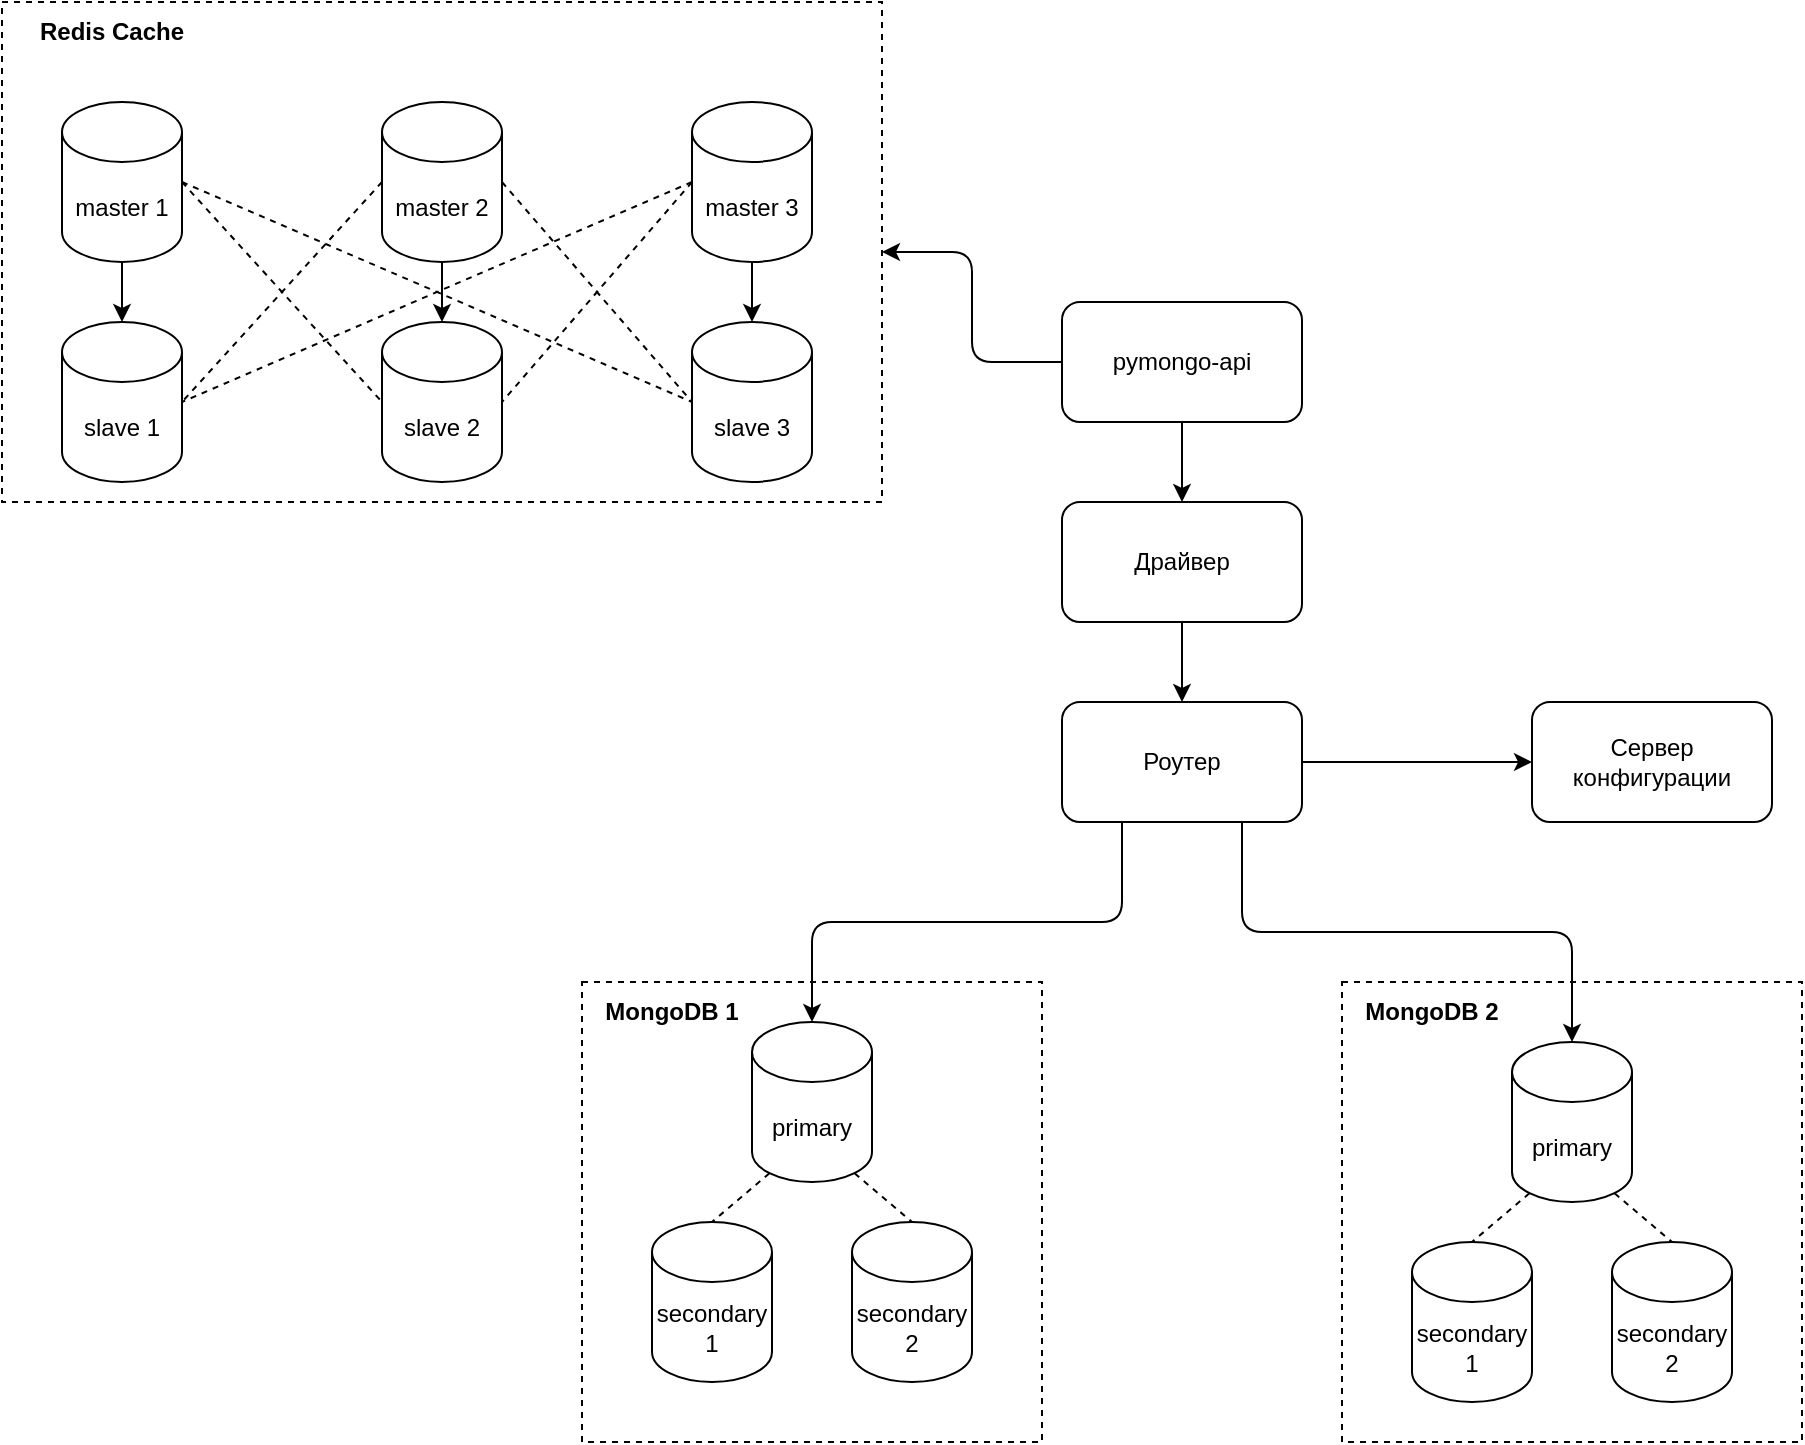
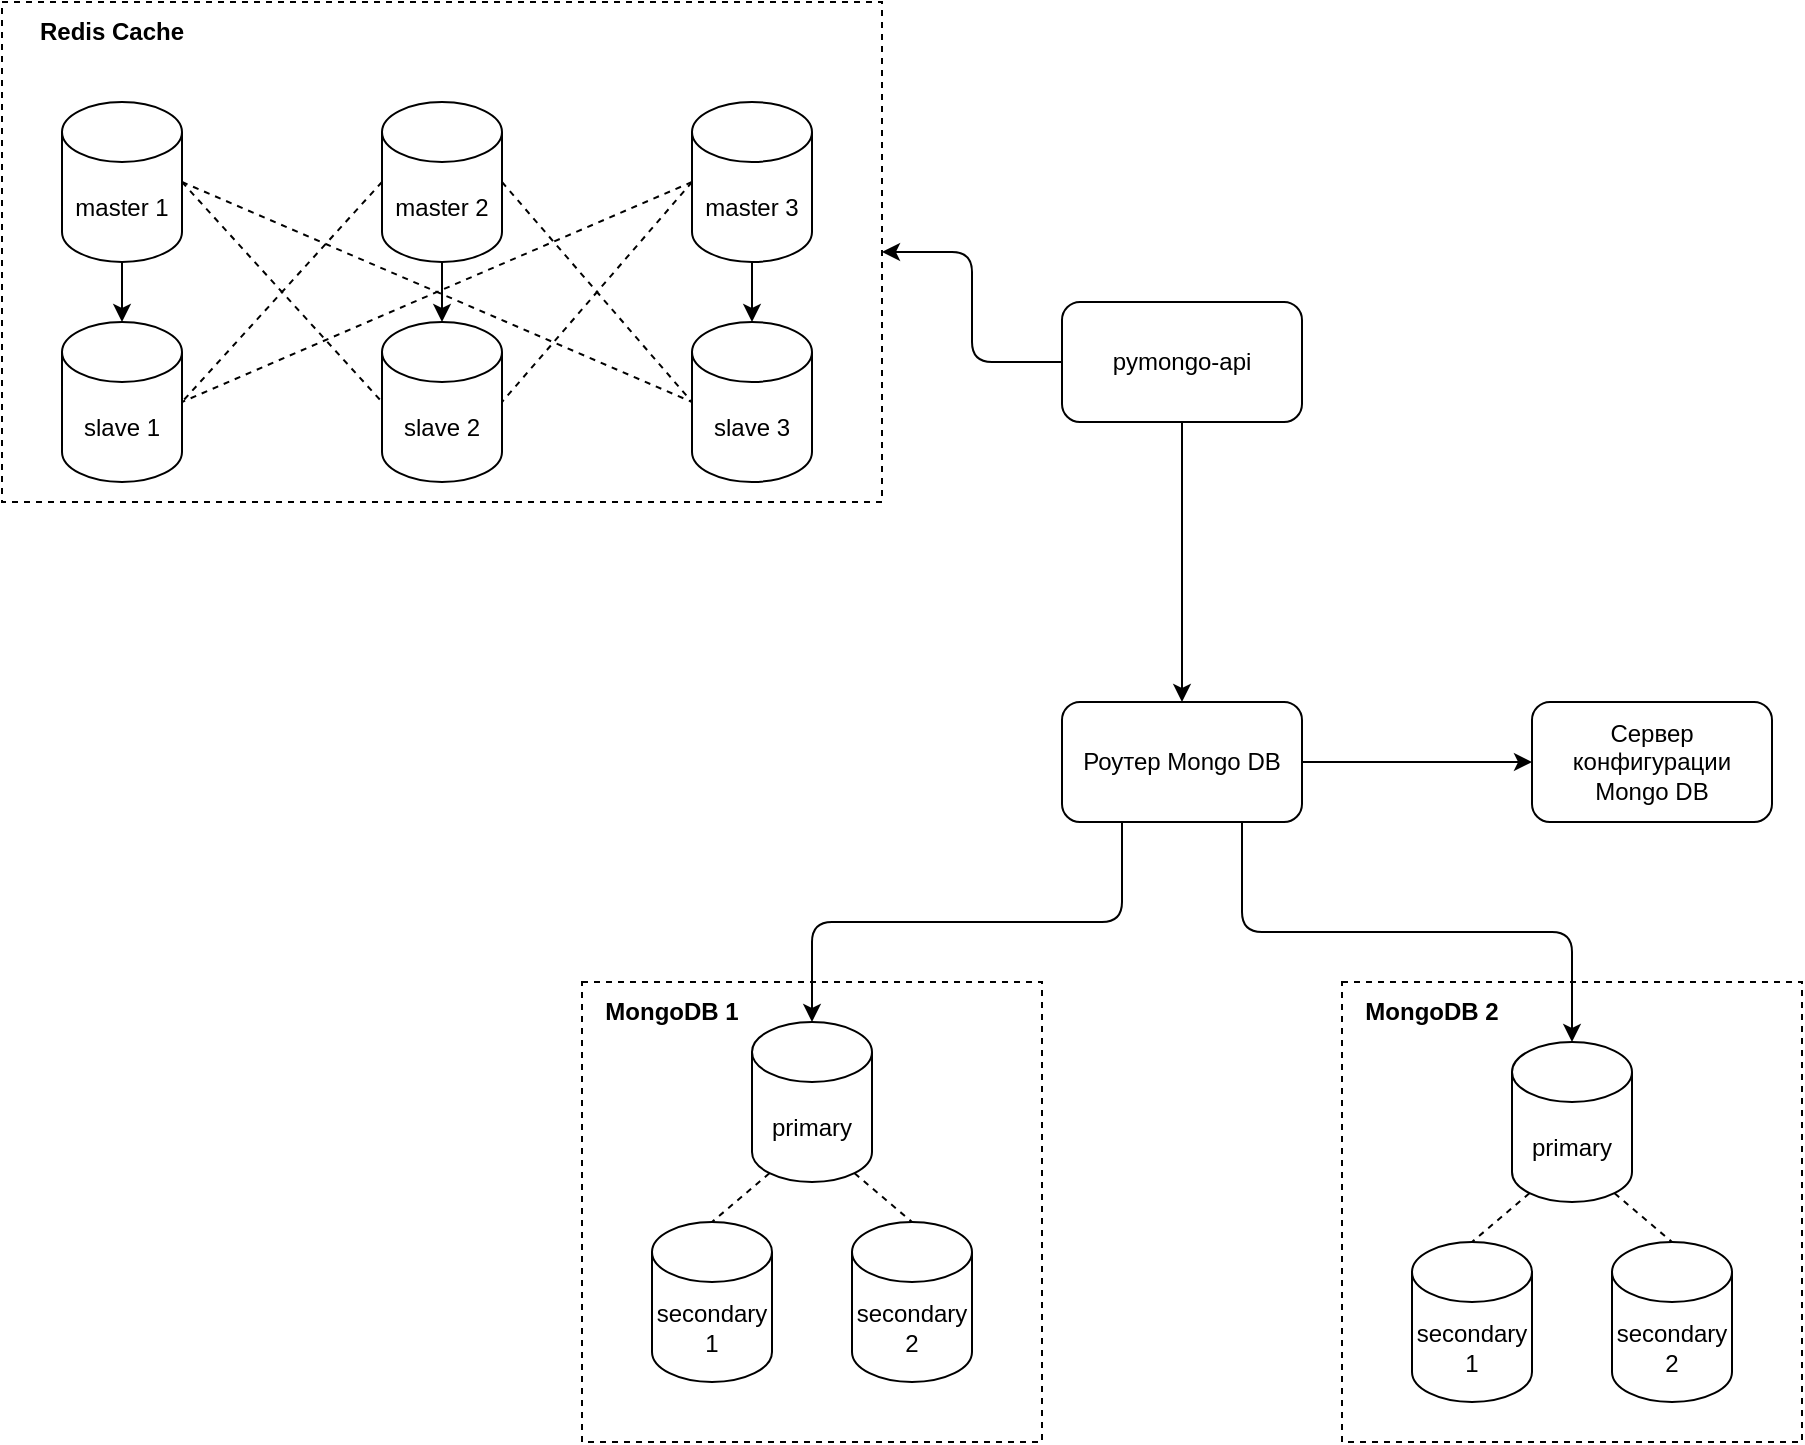
<mxfile host="65bd71144e">
    <diagram name="Page-1" id="-H_mtQnk-PTXWXPvYvuk">
-         <mxGraphModel dx="2083" dy="1662" grid="1" gridSize="10" guides="1" tooltips="1" connect="1" arrows="1" fold="1" page="1" pageScale="1" pageWidth="1169" pageHeight="827" math="0" shadow="0">
+         <mxGraphModel dx="2083" dy="1975" grid="1" gridSize="10" guides="1" tooltips="1" connect="1" arrows="1" fold="1" page="1" pageScale="1" pageWidth="1169" pageHeight="827" math="0" shadow="0">
            <root>
                <mxCell id="0"/>
                <mxCell id="1" parent="0"/>
-                 <mxCell id="26" value="" style="rounded=0;whiteSpace=wrap;html=1;fillColor=none;dashed=1;" vertex="1" parent="1">
+                 <mxCell id="26" value="" style="rounded=0;whiteSpace=wrap;html=1;fillColor=none;dashed=1;" parent="1" vertex="1">
                    <mxGeometry x="90" y="480" width="230" height="230" as="geometry"/>
                </mxCell>
-                 <mxCell id="10" style="edgeStyle=orthogonalEdgeStyle;html=1;entryX=0.5;entryY=0;entryDx=0;entryDy=0;" parent="1" source="zA23MoTUsTF4_91t8viU-3" target="2" edge="1">
-                     <mxGeometry relative="1" as="geometry"/>
+                 <mxCell id="10" style="edgeStyle=orthogonalEdgeStyle;html=1;" parent="1" source="zA23MoTUsTF4_91t8viU-3" target="6" edge="1">
+                     <mxGeometry relative="1" as="geometry">
+                         <mxPoint x="390" y="240" as="targetPoint"/>
+                         <Array as="points"/>
+                     </mxGeometry>
                </mxCell>
-                 <mxCell id="49" style="edgeStyle=orthogonalEdgeStyle;html=1;entryX=1;entryY=0.5;entryDx=0;entryDy=0;" edge="1" parent="1" source="zA23MoTUsTF4_91t8viU-3" target="34">
+                 <mxCell id="49" style="edgeStyle=orthogonalEdgeStyle;html=1;entryX=1;entryY=0.5;entryDx=0;entryDy=0;" parent="1" source="zA23MoTUsTF4_91t8viU-3" target="34" edge="1">
                    <mxGeometry relative="1" as="geometry"/>
                </mxCell>
                <mxCell id="zA23MoTUsTF4_91t8viU-3" value="pymongo-api" style="rounded=1;whiteSpace=wrap;html=1;" parent="1" vertex="1">
                    <mxGeometry x="330" y="140" width="120" height="60" as="geometry"/>
-                 </mxCell>
-                 <mxCell id="14" style="edgeStyle=orthogonalEdgeStyle;html=1;" parent="1" source="2" target="6" edge="1">
-                     <mxGeometry relative="1" as="geometry"/>
-                 </mxCell>
-                 <mxCell id="2" value="Драйвер" style="rounded=1;whiteSpace=wrap;html=1;" parent="1" vertex="1">
-                     <mxGeometry x="330" y="240" width="120" height="60" as="geometry"/>
                </mxCell>
                <mxCell id="18" style="edgeStyle=orthogonalEdgeStyle;html=1;entryX=0.5;entryY=0;entryDx=0;entryDy=0;entryPerimeter=0;exitX=0.25;exitY=1;exitDx=0;exitDy=0;" parent="1" source="6" target="7" edge="1">
                    <mxGeometry relative="1" as="geometry">
                        <mxPoint x="205" y="410" as="sourcePoint"/>
                        <mxPoint x="205" y="480" as="targetPoint"/>
                    </mxGeometry>
                </mxCell>
-                 <mxCell id="5" value="Сервер конфигурации" style="rounded=1;whiteSpace=wrap;html=1;" parent="1" vertex="1">
+                 <mxCell id="5" value="Сервер конфигурации Mongo DB" style="rounded=1;whiteSpace=wrap;html=1;" parent="1" vertex="1">
                    <mxGeometry x="565" y="340" width="120" height="60" as="geometry"/>
                </mxCell>
                <mxCell id="17" style="edgeStyle=orthogonalEdgeStyle;html=1;" parent="1" source="6" target="5" edge="1">
                    <mxGeometry relative="1" as="geometry"/>
                </mxCell>
-                 <mxCell id="31" style="edgeStyle=orthogonalEdgeStyle;html=1;entryX=0.5;entryY=0;entryDx=0;entryDy=0;entryPerimeter=0;exitX=0.75;exitY=1;exitDx=0;exitDy=0;" edge="1" parent="1" source="6" target="39">
+                 <mxCell id="31" style="edgeStyle=orthogonalEdgeStyle;html=1;entryX=0.5;entryY=0;entryDx=0;entryDy=0;entryPerimeter=0;exitX=0.75;exitY=1;exitDx=0;exitDy=0;" parent="1" source="6" target="39" edge="1">
                    <mxGeometry relative="1" as="geometry"/>
                </mxCell>
-                 <mxCell id="6" value="Роутер" style="rounded=1;whiteSpace=wrap;html=1;" parent="1" vertex="1">
+                 <mxCell id="6" value="Роутер&amp;nbsp;Mongo DB" style="rounded=1;whiteSpace=wrap;html=1;" parent="1" vertex="1">
                    <mxGeometry x="330" y="340" width="120" height="60" as="geometry"/>
                </mxCell>
-                 <mxCell id="64" style="edgeStyle=none;html=1;exitX=0.145;exitY=1;exitDx=0;exitDy=-4.35;exitPerimeter=0;entryX=0.5;entryY=0;entryDx=0;entryDy=0;entryPerimeter=0;dashed=1;startArrow=none;startFill=0;endArrow=none;endFill=0;" edge="1" parent="1" source="7" target="20">
+                 <mxCell id="64" style="edgeStyle=none;html=1;exitX=0.145;exitY=1;exitDx=0;exitDy=-4.35;exitPerimeter=0;entryX=0.5;entryY=0;entryDx=0;entryDy=0;entryPerimeter=0;dashed=1;startArrow=none;startFill=0;endArrow=none;endFill=0;" parent="1" source="7" target="20" edge="1">
                    <mxGeometry relative="1" as="geometry"/>
                </mxCell>
-                 <mxCell id="65" style="edgeStyle=none;html=1;exitX=0.855;exitY=1;exitDx=0;exitDy=-4.35;exitPerimeter=0;entryX=0.5;entryY=0;entryDx=0;entryDy=0;entryPerimeter=0;dashed=1;startArrow=none;startFill=0;endArrow=none;endFill=0;" edge="1" parent="1" source="7" target="22">
+                 <mxCell id="65" style="edgeStyle=none;html=1;exitX=0.855;exitY=1;exitDx=0;exitDy=-4.35;exitPerimeter=0;entryX=0.5;entryY=0;entryDx=0;entryDy=0;entryPerimeter=0;dashed=1;startArrow=none;startFill=0;endArrow=none;endFill=0;" parent="1" source="7" target="22" edge="1">
                    <mxGeometry relative="1" as="geometry"/>
                </mxCell>
                <mxCell id="7" value="primary" style="shape=cylinder3;whiteSpace=wrap;html=1;boundedLbl=1;backgroundOutline=1;size=15;" parent="1" vertex="1">
                    <mxGeometry x="175" y="500" width="60" height="80" as="geometry"/>
                </mxCell>
                <mxCell id="20" value="secondary 1" style="shape=cylinder3;whiteSpace=wrap;html=1;boundedLbl=1;backgroundOutline=1;size=15;" parent="1" vertex="1">
                    <mxGeometry x="125" y="600" width="60" height="80" as="geometry"/>
                </mxCell>
                <mxCell id="22" value="secondary 2" style="shape=cylinder3;whiteSpace=wrap;html=1;boundedLbl=1;backgroundOutline=1;size=15;" parent="1" vertex="1">
                    <mxGeometry x="225" y="600" width="60" height="80" as="geometry"/>
                </mxCell>
-                 <mxCell id="27" value="" style="rounded=0;whiteSpace=wrap;html=1;fillColor=none;dashed=1;" vertex="1" parent="1">
+                 <mxCell id="27" value="" style="rounded=0;whiteSpace=wrap;html=1;fillColor=none;dashed=1;" parent="1" vertex="1">
                    <mxGeometry x="470" y="480" width="230" height="230" as="geometry"/>
                </mxCell>
-                 <mxCell id="34" value="" style="rounded=0;whiteSpace=wrap;html=1;fillColor=none;dashed=1;" vertex="1" parent="1">
+                 <mxCell id="34" value="" style="rounded=0;whiteSpace=wrap;html=1;fillColor=none;dashed=1;" parent="1" vertex="1">
                    <mxGeometry x="-200" y="-10" width="440" height="250" as="geometry"/>
                </mxCell>
-                 <mxCell id="50" style="edgeStyle=orthogonalEdgeStyle;html=1;entryX=0.5;entryY=0;entryDx=0;entryDy=0;entryPerimeter=0;" edge="1" parent="1" source="35" target="36">
+                 <mxCell id="50" style="edgeStyle=orthogonalEdgeStyle;html=1;entryX=0.5;entryY=0;entryDx=0;entryDy=0;entryPerimeter=0;" parent="1" source="35" target="36" edge="1">
                    <mxGeometry relative="1" as="geometry"/>
                </mxCell>
-                 <mxCell id="54" style="html=1;entryX=0;entryY=0.5;entryDx=0;entryDy=0;entryPerimeter=0;dashed=1;startArrow=none;startFill=0;endArrow=none;endFill=0;exitX=1;exitY=0.5;exitDx=0;exitDy=0;exitPerimeter=0;" edge="1" parent="1" source="35" target="46">
+                 <mxCell id="54" style="html=1;entryX=0;entryY=0.5;entryDx=0;entryDy=0;entryPerimeter=0;dashed=1;startArrow=none;startFill=0;endArrow=none;endFill=0;exitX=1;exitY=0.5;exitDx=0;exitDy=0;exitPerimeter=0;" parent="1" source="35" target="46" edge="1">
                    <mxGeometry relative="1" as="geometry"/>
                </mxCell>
-                 <mxCell id="35" value="master 1" style="shape=cylinder3;whiteSpace=wrap;html=1;boundedLbl=1;backgroundOutline=1;size=15;" vertex="1" parent="1">
+                 <mxCell id="35" value="master 1" style="shape=cylinder3;whiteSpace=wrap;html=1;boundedLbl=1;backgroundOutline=1;size=15;" parent="1" vertex="1">
                    <mxGeometry x="-170" y="40" width="60" height="80" as="geometry"/>
                </mxCell>
-                 <mxCell id="36" value="slave 1" style="shape=cylinder3;whiteSpace=wrap;html=1;boundedLbl=1;backgroundOutline=1;size=15;" vertex="1" parent="1">
+                 <mxCell id="36" value="slave 1" style="shape=cylinder3;whiteSpace=wrap;html=1;boundedLbl=1;backgroundOutline=1;size=15;" parent="1" vertex="1">
                    <mxGeometry x="-170" y="150" width="60" height="80" as="geometry"/>
                </mxCell>
-                 <mxCell id="37" value="MongoDB 1" style="text;html=1;strokeColor=none;fillColor=none;align=center;verticalAlign=middle;whiteSpace=wrap;rounded=0;dashed=1;fontStyle=1" vertex="1" parent="1">
+                 <mxCell id="37" value="MongoDB 1" style="text;html=1;strokeColor=none;fillColor=none;align=center;verticalAlign=middle;whiteSpace=wrap;rounded=0;dashed=1;fontStyle=1" parent="1" vertex="1">
                    <mxGeometry x="100" y="480" width="70" height="30" as="geometry"/>
                </mxCell>
-                 <mxCell id="38" value="MongoDB 2" style="text;html=1;strokeColor=none;fillColor=none;align=center;verticalAlign=middle;whiteSpace=wrap;rounded=0;dashed=1;fontStyle=1" vertex="1" parent="1">
+                 <mxCell id="38" value="MongoDB 2" style="text;html=1;strokeColor=none;fillColor=none;align=center;verticalAlign=middle;whiteSpace=wrap;rounded=0;dashed=1;fontStyle=1" parent="1" vertex="1">
                    <mxGeometry x="480" y="480" width="70" height="30" as="geometry"/>
                </mxCell>
-                 <mxCell id="66" style="edgeStyle=none;html=1;exitX=0.145;exitY=1;exitDx=0;exitDy=-4.35;exitPerimeter=0;entryX=0.5;entryY=0;entryDx=0;entryDy=0;entryPerimeter=0;dashed=1;startArrow=none;startFill=0;endArrow=none;endFill=0;" edge="1" parent="1" source="39" target="40">
+                 <mxCell id="66" style="edgeStyle=none;html=1;exitX=0.145;exitY=1;exitDx=0;exitDy=-4.35;exitPerimeter=0;entryX=0.5;entryY=0;entryDx=0;entryDy=0;entryPerimeter=0;dashed=1;startArrow=none;startFill=0;endArrow=none;endFill=0;" parent="1" source="39" target="40" edge="1">
                    <mxGeometry relative="1" as="geometry"/>
                </mxCell>
-                 <mxCell id="67" style="edgeStyle=none;html=1;exitX=0.855;exitY=1;exitDx=0;exitDy=-4.35;exitPerimeter=0;entryX=0.5;entryY=0;entryDx=0;entryDy=0;entryPerimeter=0;dashed=1;startArrow=none;startFill=0;endArrow=none;endFill=0;" edge="1" parent="1" source="39" target="41">
+                 <mxCell id="67" style="edgeStyle=none;html=1;exitX=0.855;exitY=1;exitDx=0;exitDy=-4.35;exitPerimeter=0;entryX=0.5;entryY=0;entryDx=0;entryDy=0;entryPerimeter=0;dashed=1;startArrow=none;startFill=0;endArrow=none;endFill=0;" parent="1" source="39" target="41" edge="1">
                    <mxGeometry relative="1" as="geometry"/>
                </mxCell>
-                 <mxCell id="39" value="primary" style="shape=cylinder3;whiteSpace=wrap;html=1;boundedLbl=1;backgroundOutline=1;size=15;" vertex="1" parent="1">
+                 <mxCell id="39" value="primary" style="shape=cylinder3;whiteSpace=wrap;html=1;boundedLbl=1;backgroundOutline=1;size=15;" parent="1" vertex="1">
                    <mxGeometry x="555" y="510" width="60" height="80" as="geometry"/>
                </mxCell>
-                 <mxCell id="40" value="secondary 1" style="shape=cylinder3;whiteSpace=wrap;html=1;boundedLbl=1;backgroundOutline=1;size=15;" vertex="1" parent="1">
+                 <mxCell id="40" value="secondary 1" style="shape=cylinder3;whiteSpace=wrap;html=1;boundedLbl=1;backgroundOutline=1;size=15;" parent="1" vertex="1">
                    <mxGeometry x="505" y="610" width="60" height="80" as="geometry"/>
                </mxCell>
-                 <mxCell id="41" value="secondary 2" style="shape=cylinder3;whiteSpace=wrap;html=1;boundedLbl=1;backgroundOutline=1;size=15;" vertex="1" parent="1">
+                 <mxCell id="41" value="secondary 2" style="shape=cylinder3;whiteSpace=wrap;html=1;boundedLbl=1;backgroundOutline=1;size=15;" parent="1" vertex="1">
                    <mxGeometry x="605" y="610" width="60" height="80" as="geometry"/>
                </mxCell>
-                 <mxCell id="42" value="Redis Cache" style="text;html=1;strokeColor=none;fillColor=none;align=center;verticalAlign=middle;whiteSpace=wrap;rounded=0;dashed=1;fontStyle=1" vertex="1" parent="1">
+                 <mxCell id="42" value="Redis Cache" style="text;html=1;strokeColor=none;fillColor=none;align=center;verticalAlign=middle;whiteSpace=wrap;rounded=0;dashed=1;fontStyle=1" parent="1" vertex="1">
                    <mxGeometry x="-200" y="-10" width="110" height="30" as="geometry"/>
                </mxCell>
-                 <mxCell id="51" style="edgeStyle=orthogonalEdgeStyle;html=1;" edge="1" parent="1" source="45" target="46">
+                 <mxCell id="51" style="edgeStyle=orthogonalEdgeStyle;html=1;" parent="1" source="45" target="46" edge="1">
                    <mxGeometry relative="1" as="geometry"/>
                </mxCell>
-                 <mxCell id="45" value="master 2" style="shape=cylinder3;whiteSpace=wrap;html=1;boundedLbl=1;backgroundOutline=1;size=15;" vertex="1" parent="1">
+                 <mxCell id="45" value="master 2" style="shape=cylinder3;whiteSpace=wrap;html=1;boundedLbl=1;backgroundOutline=1;size=15;" parent="1" vertex="1">
                    <mxGeometry x="-10" y="40" width="60" height="80" as="geometry"/>
                </mxCell>
-                 <mxCell id="46" value="slave 2" style="shape=cylinder3;whiteSpace=wrap;html=1;boundedLbl=1;backgroundOutline=1;size=15;" vertex="1" parent="1">
+                 <mxCell id="46" value="slave 2" style="shape=cylinder3;whiteSpace=wrap;html=1;boundedLbl=1;backgroundOutline=1;size=15;" parent="1" vertex="1">
                    <mxGeometry x="-10" y="150" width="60" height="80" as="geometry"/>
                </mxCell>
-                 <mxCell id="53" style="edgeStyle=orthogonalEdgeStyle;html=1;" edge="1" parent="1" source="47" target="48">
+                 <mxCell id="53" style="edgeStyle=orthogonalEdgeStyle;html=1;" parent="1" source="47" target="48" edge="1">
                    <mxGeometry relative="1" as="geometry"/>
                </mxCell>
-                 <mxCell id="47" value="master 3" style="shape=cylinder3;whiteSpace=wrap;html=1;boundedLbl=1;backgroundOutline=1;size=15;" vertex="1" parent="1">
+                 <mxCell id="47" value="master 3" style="shape=cylinder3;whiteSpace=wrap;html=1;boundedLbl=1;backgroundOutline=1;size=15;" parent="1" vertex="1">
                    <mxGeometry x="145" y="40" width="60" height="80" as="geometry"/>
                </mxCell>
-                 <mxCell id="48" value="slave 3" style="shape=cylinder3;whiteSpace=wrap;html=1;boundedLbl=1;backgroundOutline=1;size=15;" vertex="1" parent="1">
+                 <mxCell id="48" value="slave 3" style="shape=cylinder3;whiteSpace=wrap;html=1;boundedLbl=1;backgroundOutline=1;size=15;" parent="1" vertex="1">
                    <mxGeometry x="145" y="150" width="60" height="80" as="geometry"/>
                </mxCell>
-                 <mxCell id="55" style="html=1;entryX=0;entryY=0.5;entryDx=0;entryDy=0;entryPerimeter=0;dashed=1;startArrow=none;startFill=0;endArrow=none;endFill=0;exitX=1;exitY=0.5;exitDx=0;exitDy=0;exitPerimeter=0;" edge="1" parent="1" source="45" target="48">
+                 <mxCell id="55" style="html=1;entryX=0;entryY=0.5;entryDx=0;entryDy=0;entryPerimeter=0;dashed=1;startArrow=none;startFill=0;endArrow=none;endFill=0;exitX=1;exitY=0.5;exitDx=0;exitDy=0;exitPerimeter=0;" parent="1" source="45" target="48" edge="1">
                    <mxGeometry relative="1" as="geometry">
                        <mxPoint x="-130" y="215.38461538461547" as="sourcePoint"/>
                        <mxPoint x="-30" y="300" as="targetPoint"/>
                    </mxGeometry>
                </mxCell>
-                 <mxCell id="58" style="html=1;entryX=1;entryY=0.5;entryDx=0;entryDy=0;entryPerimeter=0;dashed=1;startArrow=none;startFill=0;endArrow=none;endFill=0;exitX=0;exitY=0.5;exitDx=0;exitDy=0;exitPerimeter=0;" edge="1" parent="1" source="47" target="46">
+                 <mxCell id="58" style="html=1;entryX=1;entryY=0.5;entryDx=0;entryDy=0;entryPerimeter=0;dashed=1;startArrow=none;startFill=0;endArrow=none;endFill=0;exitX=0;exitY=0.5;exitDx=0;exitDy=0;exitPerimeter=0;" parent="1" source="47" target="46" edge="1">
                    <mxGeometry relative="1" as="geometry">
                        <mxPoint x="60" y="90" as="sourcePoint"/>
                        <mxPoint x="155" y="200" as="targetPoint"/>
                    </mxGeometry>
                </mxCell>
-                 <mxCell id="59" style="html=1;entryX=1;entryY=0.5;entryDx=0;entryDy=0;entryPerimeter=0;dashed=1;startArrow=none;startFill=0;endArrow=none;endFill=0;exitX=0;exitY=0.5;exitDx=0;exitDy=0;exitPerimeter=0;" edge="1" parent="1" source="45" target="36">
+                 <mxCell id="59" style="html=1;entryX=1;entryY=0.5;entryDx=0;entryDy=0;entryPerimeter=0;dashed=1;startArrow=none;startFill=0;endArrow=none;endFill=0;exitX=0;exitY=0.5;exitDx=0;exitDy=0;exitPerimeter=0;" parent="1" source="45" target="36" edge="1">
                    <mxGeometry relative="1" as="geometry">
                        <mxPoint x="155" y="90" as="sourcePoint"/>
                        <mxPoint x="60" y="200" as="targetPoint"/>
                    </mxGeometry>
                </mxCell>
-                 <mxCell id="60" style="html=1;entryX=0;entryY=0.5;entryDx=0;entryDy=0;entryPerimeter=0;dashed=1;startArrow=none;startFill=0;endArrow=none;endFill=0;exitX=1;exitY=0.5;exitDx=0;exitDy=0;exitPerimeter=0;" edge="1" parent="1" source="35" target="48">
+                 <mxCell id="60" style="html=1;entryX=0;entryY=0.5;entryDx=0;entryDy=0;entryPerimeter=0;dashed=1;startArrow=none;startFill=0;endArrow=none;endFill=0;exitX=1;exitY=0.5;exitDx=0;exitDy=0;exitPerimeter=0;" parent="1" source="35" target="48" edge="1">
                    <mxGeometry relative="1" as="geometry">
                        <mxPoint x="-100" y="90" as="sourcePoint"/>
                        <mxPoint y="200" as="targetPoint"/>
                    </mxGeometry>
                </mxCell>
-                 <mxCell id="61" style="html=1;entryX=1;entryY=0.5;entryDx=0;entryDy=0;entryPerimeter=0;dashed=1;startArrow=none;startFill=0;endArrow=none;endFill=0;exitX=0;exitY=0.5;exitDx=0;exitDy=0;exitPerimeter=0;" edge="1" parent="1" source="47" target="36">
+                 <mxCell id="61" style="html=1;entryX=1;entryY=0.5;entryDx=0;entryDy=0;entryPerimeter=0;dashed=1;startArrow=none;startFill=0;endArrow=none;endFill=0;exitX=0;exitY=0.5;exitDx=0;exitDy=0;exitPerimeter=0;" parent="1" source="47" target="36" edge="1">
                    <mxGeometry relative="1" as="geometry">
                        <mxPoint x="155" y="90" as="sourcePoint"/>
                        <mxPoint x="60" y="200" as="targetPoint"/>
                    </mxGeometry>
                </mxCell>
            </root>
        </mxGraphModel>
    </diagram>
</mxfile>